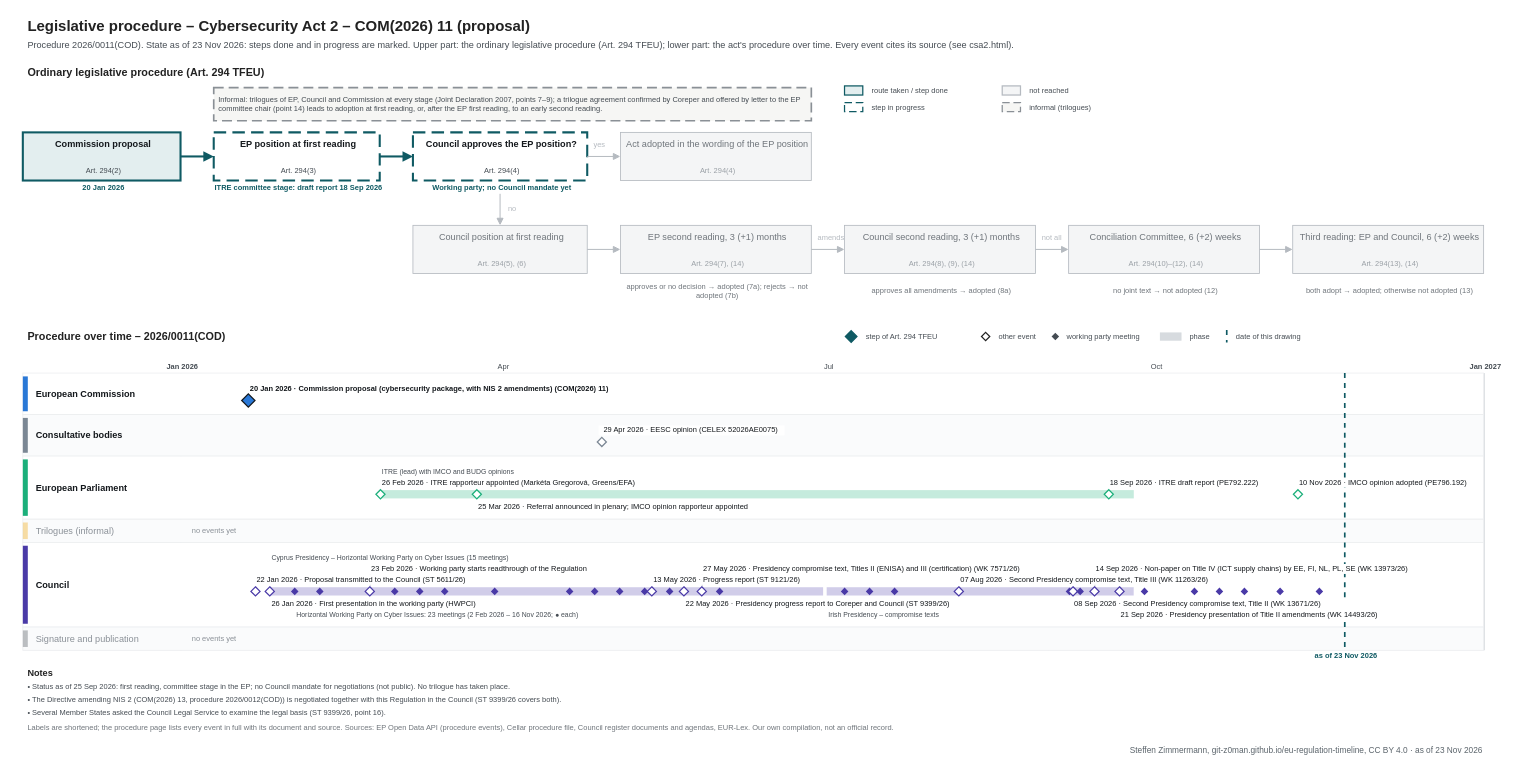
Before: procedures/csa2.drawio in git-z0man/eu-regulation-timeline, a draw.io diagram. Source tidied: cells renumbered, new cells numbered last; positions are measured from the earlier drawing's top-left corner, leaving out a move shared by most shapes. Both pictures are drawn from the tidied source at 83%, with x=0, y=0 at pixel (14, 14).
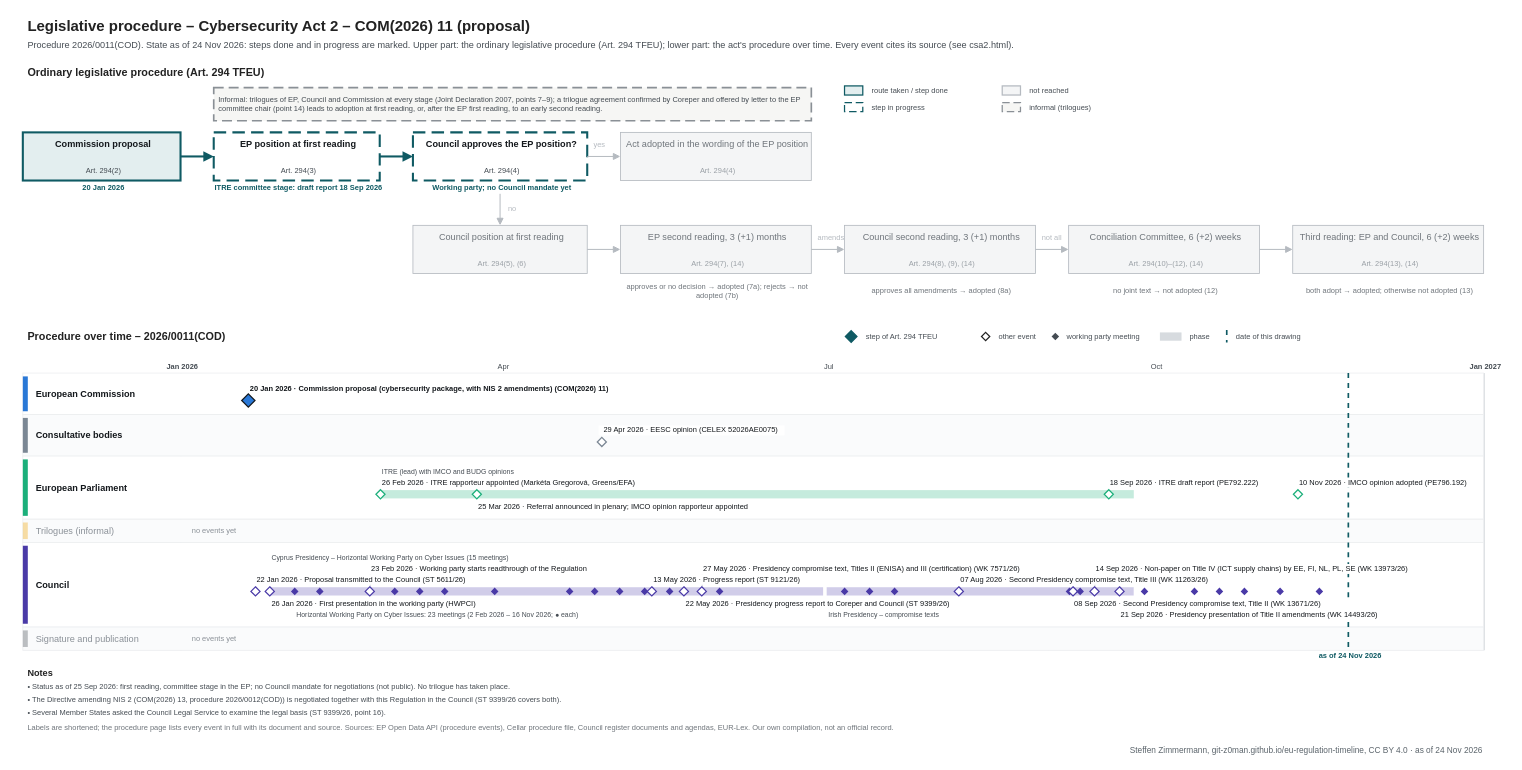
The same page after the edit.

Change to the diagram source:
```diff
@@
-    <mxCell id="3" value="Procedure 2026/0011(COD). State as of 23 Nov 2026: steps done and in progress are marked. Upper part: the ordinary legislative procedure (Art. 294 TFEU); lower part: the act's procedure over time. Every event cites its source (see csa2.html)." style="text;html=1;fontSize=11;fontColor=#454c53;align=left;verticalAlign=middle;spacingLeft=4;" parent="1" vertex="1">
+    <mxCell id="3" value="Procedure 2026/0011(COD). State as of 24 Nov 2026: steps done and in progress are marked. Upper part: the ordinary legislative procedure (Art. 294 TFEU); lower part: the act's procedure over time. Every event cites its source (see csa2.html)." style="text;html=1;fontSize=11;fontColor=#454c53;align=left;verticalAlign=middle;spacingLeft=4;" parent="1" vertex="1">
       <mxGeometry x="10" y="28" width="1700" height="18" as="geometry" />
     </mxCell>
@@
     <mxCell id="110" style="line;html=1;strokeWidth=2;strokeColor=#0f5a63;direction=south;dashed=1;" parent="1" vertex="1">
-      <mxGeometry x="1602.2" y="432" width="1" height="334" as="geometry" />
+      <mxGeometry x="1606.5" y="432" width="1" height="334" as="geometry" />
     </mxCell>
-    <mxCell id="111" value="as of 23 Nov 2026" style="text;html=1;fontSize=9;fontColor=#0f5a63;align=center;verticalAlign=middle;spacingLeft=4;fontStyle=1;" parent="1" vertex="1">
-      <mxGeometry x="1542.2" y="767" width="120" height="12" as="geometry" />
+    <mxCell id="111" value="as of 24 Nov 2026" style="text;html=1;fontSize=9;fontColor=#0f5a63;align=center;verticalAlign=middle;spacingLeft=4;fontStyle=1;" parent="1" vertex="1">
+      <mxGeometry x="1546.5" y="767" width="120" height="12" as="geometry" />
     </mxCell>
@@
-    <mxCell id="183" value="Steffen Zimmermann, git-z0man.github.io/eu-regulation-timeline, CC BY 4.0 · as of 23 Nov 2026" style="text;html=1;fontSize=10;fontColor=#5b646b;align=right;verticalAlign=middle;spacingLeft=4;" parent="1" vertex="1">
+    <mxCell id="183" value="Steffen Zimmermann, git-z0man.github.io/eu-regulation-timeline, CC BY 4.0 · as of 24 Nov 2026" style="text;html=1;fontSize=10;fontColor=#5b646b;align=right;verticalAlign=middle;spacingLeft=4;" parent="1" vertex="1">
       <mxGeometry x="10" y="878" width="1760" height="16" as="geometry" />
     </mxCell>
```
